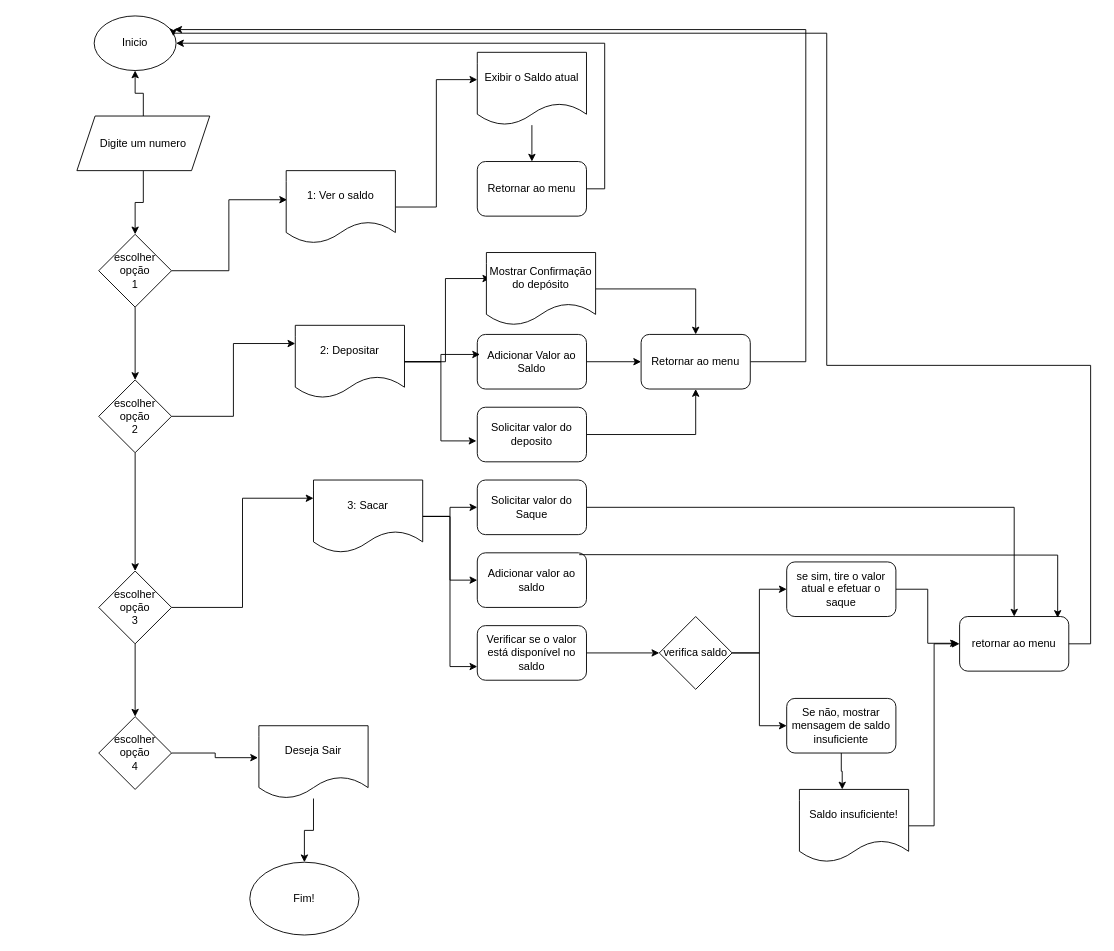
Above: Diagrama sem nome.drawio in Luanhp0/Projeto_Formulario (draw.io), before the change. Source tidied: cells renumbered, new cells numbered last; positions are measured from the earlier drawing's top-left corner, leaving out a move shared by most shapes. Both pictures are drawn from the tidied source at 91%, with x=0, y=0 at pixel (76, 15).
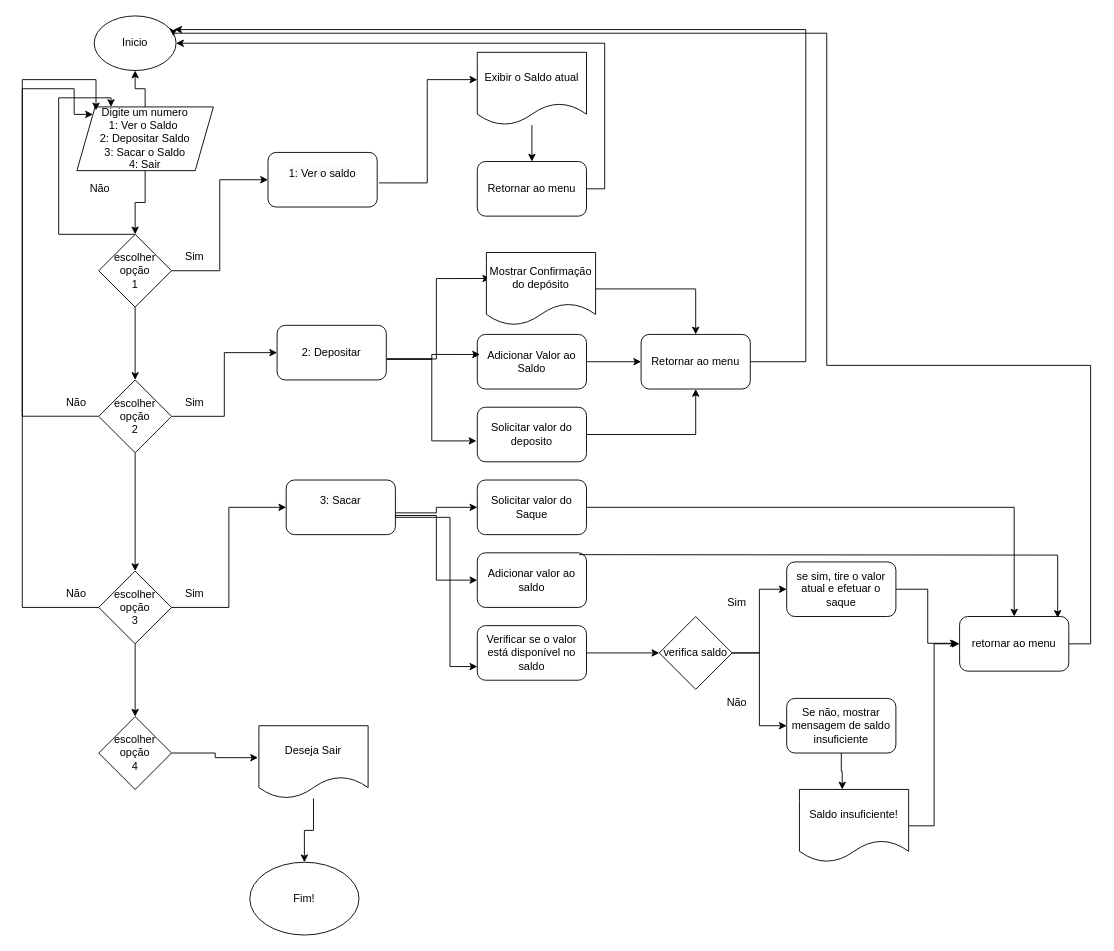
Above is the later version.

Commit message:
Arrumando escolhas

The change refers to these unchanged cells:
```xml
<mxCell id="5" value="escolher opção&lt;div&gt;1&lt;/div&gt;" style="rhombus;whiteSpace=wrap;html=1;" parent="1" vertex="1">
  <mxGeometry x="24" y="240" width="80" height="80" as="geometry" />
</mxCell>
<mxCell id="8" value="escolher opção&lt;div&gt;2&lt;/div&gt;" style="rhombus;whiteSpace=wrap;html=1;" parent="1" vertex="1">
  <mxGeometry x="24" y="400" width="80" height="80" as="geometry" />
</mxCell>
<mxCell id="11" value="escolher opção&lt;div&gt;3&lt;/div&gt;" style="rhombus;whiteSpace=wrap;html=1;" parent="1" vertex="1">
  <mxGeometry x="24" y="610" width="80" height="80" as="geometry" />
</mxCell>
<mxCell id="25" value="Adicionar Valor ao Saldo" style="rounded=1;whiteSpace=wrap;html=1;" parent="1" vertex="1">
  <mxGeometry x="440" y="350" width="120" height="60" as="geometry" />
</mxCell>
<mxCell id="28" value="Solicitar valor do deposito" style="rounded=1;whiteSpace=wrap;html=1;" parent="1" vertex="1">
  <mxGeometry x="440" y="430" width="120" height="60" as="geometry" />
</mxCell>
<mxCell id="36" value="Solicitar valor do Saque" style="rounded=1;whiteSpace=wrap;html=1;" parent="1" vertex="1">
  <mxGeometry x="440" y="510" width="120" height="60" as="geometry" />
</mxCell>
<mxCell id="37" value="Adicionar valor ao saldo" style="rounded=1;whiteSpace=wrap;html=1;" parent="1" vertex="1">
  <mxGeometry x="440" y="590" width="120" height="60" as="geometry" />
</mxCell>
<mxCell id="39" value="Verificar se o valor está disponível no saldo" style="rounded=1;whiteSpace=wrap;html=1;" parent="1" vertex="1">
  <mxGeometry x="440" y="670" width="120" height="60" as="geometry" />
</mxCell>
<mxCell id="56" value="Exibir o Saldo atual" style="shape=document;whiteSpace=wrap;html=1;boundedLbl=1;" parent="1" vertex="1">
  <mxGeometry x="440" y="40" width="120" height="80" as="geometry" />
</mxCell>
<mxCell id="57" value="Mostrar Confirmação do depósito" style="shape=document;whiteSpace=wrap;html=1;boundedLbl=1;" parent="1" vertex="1">
  <mxGeometry x="450" y="260" width="120" height="80" as="geometry" />
</mxCell>
```

The edit, as a diff of the source:
```diff
@@
-    <mxCell id="3" style="edgeStyle=orthogonalEdgeStyle;rounded=0;jettySize=auto;html=1;entryX=0.008;entryY=0.4;entryDx=0;entryDy=0;entryPerimeter=0;" parent="1" edge="1" source="5" target="17">
+    <mxCell id="3" style="edgeStyle=orthogonalEdgeStyle;rounded=0;jettySize=auto;html=1;entryX=0;entryY=0.5;entryDx=0;entryDy=0;" parent="1" edge="1" source="5" target="17">
       <mxGeometry relative="1" as="geometry" />
     </mxCell>
@@
+    <mxCell id="59" style="edgeStyle=orthogonalEdgeStyle;rounded=0;jettySize=auto;html=1;entryX=0.25;entryY=0;entryDx=0;entryDy=0;" parent="1" edge="1" source="5" target="15">
+      <mxGeometry relative="1" as="geometry">
+        <Array as="points">
+          <mxPoint x="-20" y="240" />
+          <mxPoint x="-20" y="90" />
+          <mxPoint x="37" y="90" />
+        </Array>
+      </mxGeometry>
+    </mxCell>
@@
-    <mxCell id="6" style="edgeStyle=orthogonalEdgeStyle;rounded=0;jettySize=auto;html=1;entryX=0;entryY=0.25;entryDx=0;entryDy=0;" parent="1" edge="1" source="8" target="19">
+    <mxCell id="6" style="edgeStyle=orthogonalEdgeStyle;rounded=0;jettySize=auto;html=1;entryX=0;entryY=0.5;entryDx=0;entryDy=0;" parent="1" edge="1" source="8" target="19">
       <mxGeometry relative="1" as="geometry" />
     </mxCell>
@@
-    <mxCell id="9" style="edgeStyle=orthogonalEdgeStyle;rounded=0;jettySize=auto;html=1;entryX=0;entryY=0.25;entryDx=0;entryDy=0;" parent="1" edge="1" source="11" target="23">
+    <mxCell id="9" style="edgeStyle=orthogonalEdgeStyle;rounded=0;jettySize=auto;html=1;entryX=0;entryY=0.5;entryDx=0;entryDy=0;" parent="1" edge="1" source="11" target="23">
       <mxGeometry relative="1" as="geometry" />
     </mxCell>
@@
-    <mxCell id="15" value="Digite um numero" style="shape=parallelogram;perimeter=parallelogramPerimeter;whiteSpace=wrap;html=1;fixedSize=1;" parent="1" vertex="1">
-      <mxGeometry y="110" width="146" height="60" as="geometry" />
+    <mxCell id="15" value="Digite um numero&lt;div&gt;1: Ver o Saldo&amp;nbsp;&lt;/div&gt;&lt;div&gt;2: Depositar Saldo&lt;/div&gt;&lt;div&gt;3: Sacar o Saldo&lt;/div&gt;&lt;div&gt;4: Sair&lt;/div&gt;" style="shape=parallelogram;perimeter=parallelogramPerimeter;whiteSpace=wrap;html=1;fixedSize=1;" parent="1" vertex="1">
+      <mxGeometry y="100" width="150" height="70" as="geometry" />
     </mxCell>
-    <mxCell id="16" style="edgeStyle=orthogonalEdgeStyle;rounded=0;jettySize=auto;html=1;entryX=0;entryY=0.375;entryDx=0;entryDy=0;entryPerimeter=0;" parent="1" edge="1" source="17" target="56">
+    <mxCell id="16" style="edgeStyle=orthogonalEdgeStyle;rounded=0;jettySize=auto;html=1;entryX=0;entryY=0.375;entryDx=0;entryDy=0;entryPerimeter=0;exitX=1.017;exitY=0.558;exitDx=0;exitDy=0;exitPerimeter=0;" parent="1" edge="1" source="17" target="56">
       <mxGeometry relative="1" as="geometry" />
     </mxCell>
-    <mxCell id="17" value="1: Ver o saldo" style="shape=document;whiteSpace=wrap;html=1;boundedLbl=1;" parent="1" vertex="1">
-      <mxGeometry x="230" y="170" width="120" height="80" as="geometry" />
-    </mxCell>
-    <mxCell id="18" style="edgeStyle=orthogonalEdgeStyle;rounded=0;jettySize=auto;html=1;entryX=0.035;entryY=0.357;entryDx=0;entryDy=0;entryPerimeter=0;" parent="1" edge="1" source="19" target="57">
+    <mxCell id="18" style="edgeStyle=orthogonalEdgeStyle;rounded=0;jettySize=auto;html=1;entryX=0.035;entryY=0.357;entryDx=0;entryDy=0;entryPerimeter=0;exitX=1.002;exitY=0.617;exitDx=0;exitDy=0;exitPerimeter=0;" parent="1" edge="1" source="19" target="57">
       <mxGeometry relative="1" as="geometry" />
     </mxCell>
-    <mxCell id="19" value="2: Depositar" style="shape=document;whiteSpace=wrap;html=1;boundedLbl=1;" parent="1" vertex="1">
-      <mxGeometry x="240" y="340" width="120" height="80" as="geometry" />
-    </mxCell>
-    <mxCell id="20" style="edgeStyle=orthogonalEdgeStyle;rounded=0;jettySize=auto;html=1;entryX=0;entryY=0.5;entryDx=0;entryDy=0;" parent="1" edge="1" source="23" target="36">
+    <mxCell id="20" style="edgeStyle=orthogonalEdgeStyle;rounded=0;jettySize=auto;html=1;entryX=0;entryY=0.5;entryDx=0;entryDy=0;exitX=1.001;exitY=0.601;exitDx=0;exitDy=0;exitPerimeter=0;" parent="1" edge="1" source="23" target="36">
       <mxGeometry relative="1" as="geometry" />
     </mxCell>
-    <mxCell id="21" style="edgeStyle=orthogonalEdgeStyle;rounded=0;jettySize=auto;html=1;entryX=0;entryY=0.5;entryDx=0;entryDy=0;" parent="1" edge="1" source="23" target="37">
+    <mxCell id="21" style="edgeStyle=orthogonalEdgeStyle;rounded=0;jettySize=auto;html=1;entryX=0;entryY=0.5;entryDx=0;entryDy=0;exitX=0.997;exitY=0.65;exitDx=0;exitDy=0;exitPerimeter=0;" parent="1" edge="1" source="23" target="37">
       <mxGeometry relative="1" as="geometry" />
     </mxCell>
-    <mxCell id="22" style="edgeStyle=orthogonalEdgeStyle;rounded=0;jettySize=auto;html=1;entryX=0;entryY=0.75;entryDx=0;entryDy=0;" parent="1" edge="1" source="23" target="39">
-      <mxGeometry relative="1" as="geometry" />
+    <mxCell id="22" style="edgeStyle=orthogonalEdgeStyle;rounded=0;jettySize=auto;html=1;entryX=0;entryY=0.75;entryDx=0;entryDy=0;exitX=1.009;exitY=0.654;exitDx=0;exitDy=0;exitPerimeter=0;" parent="1" edge="1" source="23" target="39">
+      <mxGeometry relative="1" as="geometry">
+        <Array as="points">
+          <mxPoint x="350" y="549" />
+          <mxPoint x="350" y="551" />
+          <mxPoint x="410" y="551" />
+          <mxPoint x="410" y="715" />
+        </Array>
+      </mxGeometry>
     </mxCell>
-    <mxCell id="23" value="3: Sacar" style="shape=document;whiteSpace=wrap;html=1;boundedLbl=1;" parent="1" vertex="1">
-      <mxGeometry x="260" y="510" width="120" height="80" as="geometry" />
-    </mxCell>
@@
-    <mxCell id="26" style="edgeStyle=orthogonalEdgeStyle;rounded=0;jettySize=auto;html=1;entryX=0.025;entryY=0.367;entryDx=0;entryDy=0;entryPerimeter=0;" parent="1" edge="1" source="19" target="25">
+    <mxCell id="26" style="edgeStyle=orthogonalEdgeStyle;rounded=0;jettySize=auto;html=1;entryX=0.025;entryY=0.367;entryDx=0;entryDy=0;entryPerimeter=0;exitX=1.005;exitY=0.62;exitDx=0;exitDy=0;exitPerimeter=0;" parent="1" edge="1" source="19" target="25">
       <mxGeometry relative="1" as="geometry" />
     </mxCell>
@@
-    <mxCell id="29" style="edgeStyle=orthogonalEdgeStyle;rounded=0;jettySize=auto;html=1;entryX=-0.008;entryY=0.617;entryDx=0;entryDy=0;entryPerimeter=0;" parent="1" edge="1" source="19" target="28">
+    <mxCell id="29" style="edgeStyle=orthogonalEdgeStyle;rounded=0;jettySize=auto;html=1;entryX=-0.008;entryY=0.617;entryDx=0;entryDy=0;entryPerimeter=0;exitX=1.008;exitY=0.617;exitDx=0;exitDy=0;exitPerimeter=0;" parent="1" edge="1" source="19" target="28">
       <mxGeometry relative="1" as="geometry" />
     </mxCell>
@@
+    <mxCell id="17" value="&#10;&lt;span style=&quot;color: rgb(0, 0, 0); font-family: Helvetica; font-size: 12px; font-style: normal; font-variant-ligatures: normal; font-variant-caps: normal; font-weight: 400; letter-spacing: normal; orphans: 2; text-align: center; text-indent: 0px; text-transform: none; widows: 2; word-spacing: 0px; -webkit-text-stroke-width: 0px; white-space: normal; background-color: rgb(251, 251, 251); text-decoration-thickness: initial; text-decoration-style: initial; text-decoration-color: initial; display: inline !important; float: none;&quot;&gt;1: Ver o saldo&lt;/span&gt;&#10;&#10;" style="rounded=1;whiteSpace=wrap;html=1;" parent="1" vertex="1">
+      <mxGeometry x="210" y="150" width="120" height="60" as="geometry" />
+    </mxCell>
+    <mxCell id="19" value="2: Depositar" style="rounded=1;whiteSpace=wrap;html=1;" parent="1" vertex="1">
+      <mxGeometry x="220" y="340" width="120" height="60" as="geometry" />
+    </mxCell>
+    <mxCell id="23" value="&#10;&lt;span style=&quot;color: rgb(0, 0, 0); font-family: Helvetica; font-size: 12px; font-style: normal; font-variant-ligatures: normal; font-variant-caps: normal; font-weight: 400; letter-spacing: normal; orphans: 2; text-align: center; text-indent: 0px; text-transform: none; widows: 2; word-spacing: 0px; -webkit-text-stroke-width: 0px; white-space: normal; background-color: rgb(251, 251, 251); text-decoration-thickness: initial; text-decoration-style: initial; text-decoration-color: initial; display: inline !important; float: none;&quot;&gt;3: Sacar&lt;/span&gt;&#10;&#10;" style="rounded=1;whiteSpace=wrap;html=1;" parent="1" vertex="1">
+      <mxGeometry x="230" y="510" width="120" height="60" as="geometry" />
+    </mxCell>
+    <mxCell id="60" value="Sim" style="text;html=1;align=center;verticalAlign=middle;strokeColor=none;fillColor=none;" parent="1" vertex="1">
+      <mxGeometry x="109" y="250" width="40" height="30" as="geometry" />
+    </mxCell>
+    <mxCell id="61" value="Sim" style="text;html=1;align=center;verticalAlign=middle;strokeColor=none;fillColor=none;" parent="1" vertex="1">
+      <mxGeometry x="109" y="410" width="40" height="30" as="geometry" />
+    </mxCell>
+    <mxCell id="62" value="Sim" style="text;html=1;align=center;verticalAlign=middle;strokeColor=none;fillColor=none;" parent="1" vertex="1">
+      <mxGeometry x="109" y="620" width="40" height="30" as="geometry" />
+    </mxCell>
+    <mxCell id="63" value="Não" style="text;html=1;align=center;verticalAlign=middle;strokeColor=none;fillColor=none;" parent="1" vertex="1">
+      <mxGeometry x="-26" y="410" width="50" height="30" as="geometry" />
+    </mxCell>
+    <mxCell id="64" value="Não" style="text;html=1;align=center;verticalAlign=middle;strokeColor=none;fillColor=none;" parent="1" vertex="1">
+      <mxGeometry x="-26" y="620" width="50" height="30" as="geometry" />
+    </mxCell>
+    <mxCell id="65" value="Não" style="text;html=1;align=center;verticalAlign=middle;strokeColor=none;fillColor=none;" parent="1" vertex="1">
+      <mxGeometry y="175" width="50" height="30" as="geometry" />
+    </mxCell>
+    <mxCell id="66" value="Não" style="text;html=1;align=center;verticalAlign=middle;strokeColor=none;fillColor=none;" parent="1" vertex="1">
+      <mxGeometry x="700" y="740" width="50" height="30" as="geometry" />
+    </mxCell>
+    <mxCell id="67" value="Sim" style="text;html=1;align=center;verticalAlign=middle;strokeColor=none;fillColor=none;" parent="1" vertex="1">
+      <mxGeometry x="705" y="630" width="40" height="30" as="geometry" />
+    </mxCell>
+    <mxCell id="68" style="edgeStyle=orthogonalEdgeStyle;rounded=0;jettySize=auto;html=1;entryX=0;entryY=0;entryDx=0;entryDy=0;" parent="1" edge="1" target="15">
+      <mxGeometry relative="1" as="geometry">
+        <mxPoint x="24" y="439.9" as="sourcePoint" />
+        <Array as="points">
+          <mxPoint x="-60" y="440" />
+          <mxPoint x="-60" y="80" />
+          <mxPoint x="-3" y="80" />
+          <mxPoint x="-3" y="108" />
+        </Array>
+      </mxGeometry>
+    </mxCell>
+    <mxCell id="69" style="edgeStyle=orthogonalEdgeStyle;rounded=0;jettySize=auto;html=1;entryX=0.14;entryY=0.053;entryDx=0;entryDy=0;entryPerimeter=0;" parent="1" edge="1" target="15">
+      <mxGeometry relative="1" as="geometry">
+        <mxPoint x="24" y="650" as="sourcePoint" />
+        <Array as="points">
+          <mxPoint x="-60" y="650" />
+          <mxPoint x="-60" y="70" />
+          <mxPoint x="21" y="70" />
+        </Array>
+      </mxGeometry>
+    </mxCell>
```
